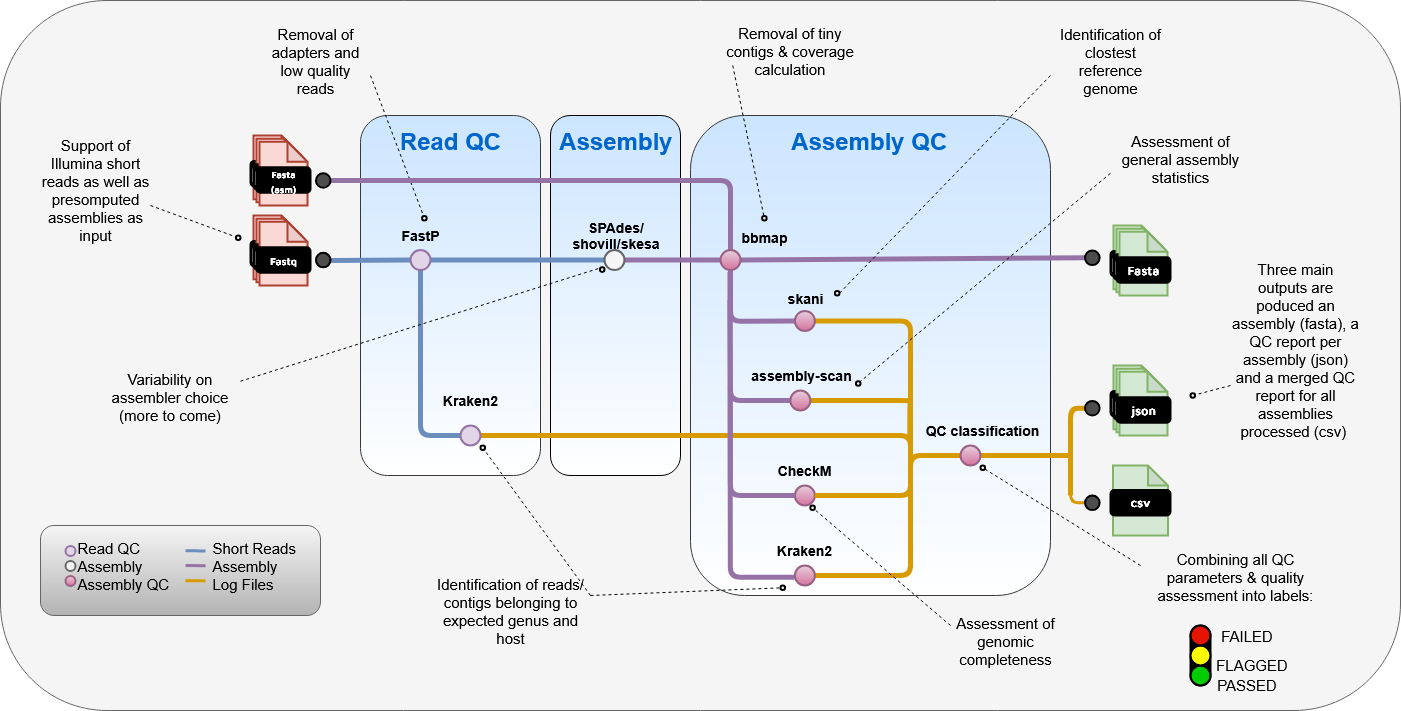
rki-mf1/GARI keeps this draw.io diagram as assets/GARI_workflow.png. Above is the earlier version. Source tidied: cells renumbered, new cells last; positions are measured from the earlier drawing's top-left corner, leaving out a move shared by most shapes.
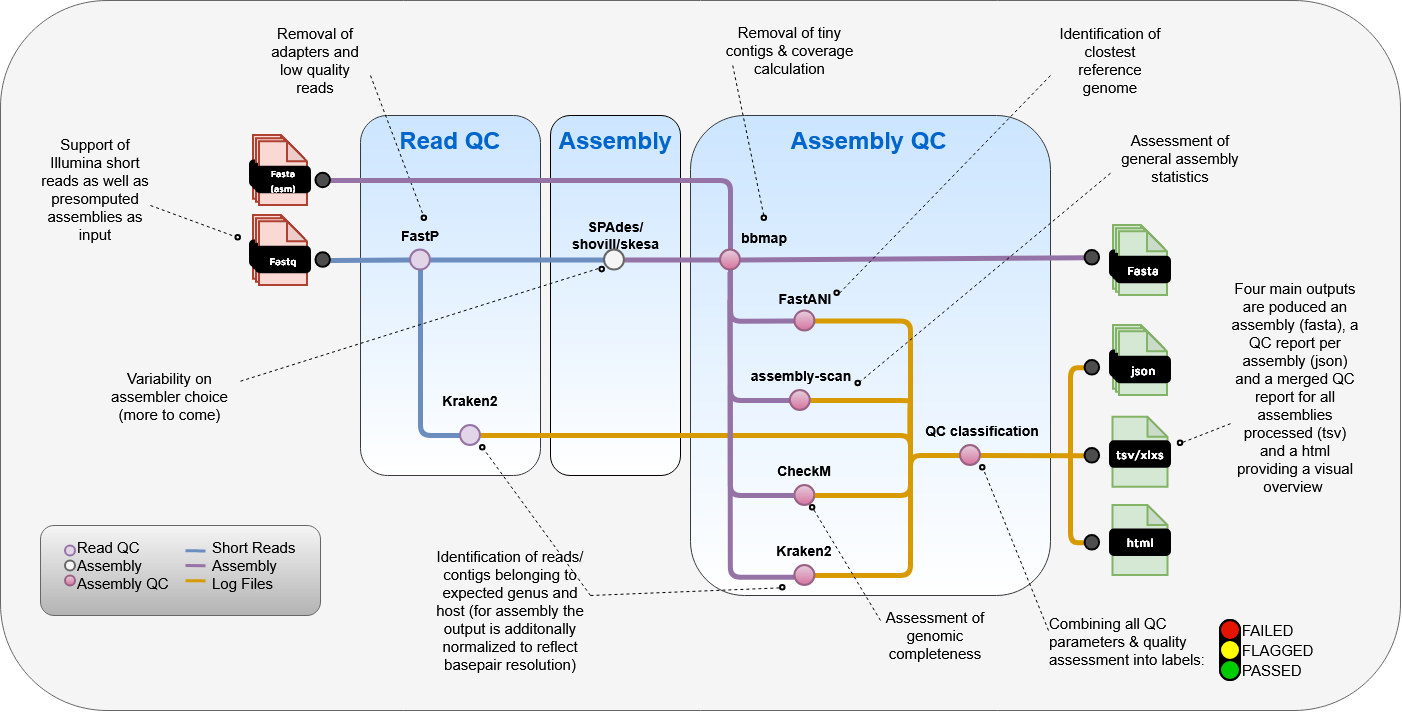
The same file after the commit.

Commit message:
updated workflow figure

Change to the diagram source:
```diff
@@ -76,6 +76,5 @@
     </mxCell>
-    <mxCell id="19" style="endArrow=none;html=1;rounded=1;strokeWidth=5;fillColor=#ffcd28;strokeColor=#d79b00;gradientColor=#ffa500;" parent="1" edge="1">
+    <mxCell id="19" style="endArrow=none;html=1;rounded=1;strokeWidth=5;fillColor=#ffcd28;strokeColor=#d79b00;gradientColor=#ffa500;entryX=0;entryY=0.5;entryDx=0;entryDy=0;" parent="1" edge="1" target="138">
       <mxGeometry relative="1" as="geometry">
         <mxPoint x="980" y="455" as="sourcePoint" />
-        <mxPoint x="1070" y="455" as="targetPoint" />
       </mxGeometry>
@@ -104,6 +103,6 @@
     <mxCell id="27" style="endArrow=none;html=1;rounded=1;strokeWidth=5;fontSize=16;fillColor=#ffcd28;strokeColor=#d79b00;gradientColor=#ffa500;" parent="1" edge="1" source="101">
-      <mxGeometry relative="1" as="geometry">
+      <mxGeometry x="0.12" relative="1" as="geometry">
         <mxPoint x="1070" y="495" as="targetPoint" />
         <Array as="points">
-          <mxPoint x="1070" y="408" />
+          <mxPoint x="1070" y="367.3" />
         </Array>
@@ -114,7 +113,10 @@
     </mxCell>
+    <mxCell id="131" style="group;" parent="28" vertex="1">
+      <mxGeometry y="60" width="60" height="70" as="geometry" />
+    </mxCell>
-    <mxCell id="29" style="shape=note;whiteSpace=wrap;html=1;backgroundOutline=1;darkOpacity=0.05;rounded=1;size=20;strokeWidth=2;fillColor=#d5e8d4;strokeColor=#82b366;" parent="28" vertex="1">
-      <mxGeometry x="2.5" y="20" width="55" height="70" as="geometry" />
+    <mxCell id="29" style="shape=note;whiteSpace=wrap;html=1;backgroundOutline=1;darkOpacity=0.05;rounded=1;size=20;strokeWidth=2;fillColor=#d5e8d4;strokeColor=#82b366;" parent="131" vertex="1">
+      <mxGeometry x="2.5" width="55" height="70" as="geometry" />
     </mxCell>
-    <mxCell id="30" value="&lt;font face=&quot;Maven Pro&quot; color=&quot;#ffffff&quot;&gt;&lt;b&gt;csv&lt;/b&gt;&lt;/font&gt;" style="rounded=1;whiteSpace=wrap;html=1;strokeWidth=2;fillColor=#000000;" parent="28" vertex="1">
-      <mxGeometry y="44.5" width="60" height="25.4" as="geometry" />
+    <mxCell id="30" value="&lt;font face=&quot;Maven Pro&quot; color=&quot;#ffffff&quot;&gt;&lt;b&gt;html&lt;/b&gt;&lt;/font&gt;" style="rounded=1;whiteSpace=wrap;html=1;strokeWidth=2;fillColor=#000000;" parent="131" vertex="1">
+      <mxGeometry y="24.5" width="60" height="25.4" as="geometry" />
     </mxCell>
@@ -156,23 +158,2 @@
     </mxCell>
-    <mxCell id="43" style="group;" parent="1" vertex="1">
-      <mxGeometry x="1110" y="365" width="60" height="70" as="geometry" />
-    </mxCell>
-    <mxCell id="44" style="shape=note;whiteSpace=wrap;html=1;backgroundOutline=1;darkOpacity=0.05;rounded=1;size=20;strokeWidth=2;fillColor=#d5e8d4;strokeColor=#82b366;" parent="43" vertex="1">
-      <mxGeometry x="3" width="48" height="63.6" as="geometry" />
-    </mxCell>
-    <mxCell id="45" value="&lt;font face=&quot;Maven Pro&quot; color=&quot;#ffffff&quot;&gt;&lt;b&gt;&lt;font style=&quot;font-size: 20px;&quot;&gt;Fastq&lt;/font&gt;&lt;/b&gt;&lt;/font&gt;" style="rounded=1;whiteSpace=wrap;html=1;strokeWidth=2;fillColor=#000000;" parent="43" vertex="1">
-      <mxGeometry y="25.5" width="54" height="25.5" as="geometry" />
-    </mxCell>
-    <mxCell id="46" style="shape=note;whiteSpace=wrap;html=1;backgroundOutline=1;darkOpacity=0.05;rounded=1;size=20;strokeWidth=2;fillColor=#d5e8d4;strokeColor=#82b366;" parent="43" vertex="1">
-      <mxGeometry x="6" y="3.2" width="48" height="63.6" as="geometry" />
-    </mxCell>
-    <mxCell id="47" value="&lt;font face=&quot;Maven Pro&quot; color=&quot;#ffffff&quot;&gt;&lt;b&gt;&lt;font style=&quot;font-size: 20px;&quot;&gt;Fastq&lt;/font&gt;&lt;/b&gt;&lt;/font&gt;" style="rounded=1;whiteSpace=wrap;html=1;strokeWidth=2;fillColor=#000000;" parent="43" vertex="1">
-      <mxGeometry x="3" y="28.6" width="54" height="25.5" as="geometry" />
-    </mxCell>
-    <mxCell id="48" style="shape=note;whiteSpace=wrap;html=1;backgroundOutline=1;darkOpacity=0.05;rounded=1;size=20;strokeWidth=2;fillColor=#d5e8d4;strokeColor=#82b366;" parent="43" vertex="1">
-      <mxGeometry x="9" y="6.4" width="48" height="63.6" as="geometry" />
-    </mxCell>
-    <mxCell id="49" value="&lt;font face=&quot;Maven Pro&quot; color=&quot;#ffffff&quot;&gt;&lt;b&gt;json&lt;/b&gt;&lt;/font&gt;" style="rounded=1;whiteSpace=wrap;html=1;strokeWidth=2;fillColor=#000000;" parent="43" vertex="1">
-      <mxGeometry x="6" y="31.8" width="54" height="25.5" as="geometry" />
-    </mxCell>
     <mxCell id="50" value="&lt;font style=&quot;font-size: 24px;&quot; color=&quot;#0066cc&quot;&gt;Read QC&lt;/font&gt;" style="text;html=1;align=center;verticalAlign=middle;whiteSpace=wrap;rounded=0;fontStyle=1;fontSize=16;" parent="1" vertex="1">
@@ -186,3 +167,3 @@
     </mxCell>
-    <mxCell id="53" value="skani" style="text;html=1;align=center;verticalAlign=middle;whiteSpace=wrap;rounded=0;fontStyle=1;fontSize=14;" parent="1" vertex="1">
+    <mxCell id="53" value="&lt;font style=&quot;font-size: 14px;&quot;&gt;FastANI&lt;/font&gt;" style="text;html=1;align=center;verticalAlign=middle;whiteSpace=wrap;rounded=0;fontStyle=1;fontSize=14;" parent="1" vertex="1">
       <mxGeometry x="761.6" y="285" width="85.6" height="25.4" as="geometry" />
@@ -297,3 +278,3 @@
     </mxCell>
-    <mxCell id="78" value="&lt;font style=&quot;font-size: 15px;&quot;&gt;Identification of reads/contigs belonging to expected genus and host&lt;/font&gt;" style="text;html=1;align=center;verticalAlign=middle;whiteSpace=wrap;rounded=0;fontSize=15;" parent="1" vertex="1">
+    <mxCell id="78" value="&lt;font style=&quot;font-size: 15px;&quot;&gt;Identification of reads/contigs belonging to expected genus and host (for assembly the output is additonally normalized to reflect basepair resolution)&lt;/font&gt;" style="text;html=1;align=center;verticalAlign=middle;whiteSpace=wrap;rounded=0;fontSize=15;" parent="1" vertex="1">
       <mxGeometry x="430" y="595" width="160" height="30" as="geometry" />
@@ -313,3 +294,3 @@
     <mxCell id="83" value="&lt;font style=&quot;font-size: 15px;&quot;&gt;Assessment of genomic completeness&lt;/font&gt;" style="text;html=1;align=center;verticalAlign=middle;whiteSpace=wrap;rounded=0;fontSize=15;" parent="1" vertex="1">
-      <mxGeometry x="950" y="625" width="110" height="30" as="geometry" />
+      <mxGeometry x="880" y="620" width="110" height="30" as="geometry" />
     </mxCell>
@@ -333,4 +314,4 @@
     </mxCell>
-    <mxCell id="90" value="&lt;div style=&quot;font-size: 15px;&quot;&gt;Combining all QC parameters &amp;amp; quality assessment into labels:&lt;br style=&quot;font-size: 15px;&quot;&gt;&lt;/div&gt;&lt;div style=&quot;font-size: 15px;&quot;&gt;&lt;br style=&quot;font-size: 15px;&quot;&gt;&lt;/div&gt;" style="text;html=1;align=center;verticalAlign=middle;whiteSpace=wrap;rounded=0;fontSize=15;" parent="1" vertex="1">
-      <mxGeometry x="1140" y="565" width="190" height="40" as="geometry" />
+    <mxCell id="90" value="&lt;div style=&quot;font-size: 15px;&quot; align=&quot;left&quot;&gt;Combining all QC parameters &amp;amp; quality assessment into labels:&lt;br style=&quot;font-size: 15px;&quot;&gt;&lt;/div&gt;&lt;div style=&quot;font-size: 15px;&quot;&gt;&lt;br style=&quot;font-size: 15px;&quot;&gt;&lt;/div&gt;" style="text;html=1;align=center;verticalAlign=middle;whiteSpace=wrap;rounded=0;fontSize=15;" parent="1" vertex="1">
+      <mxGeometry x="1048" y="630" width="190" height="40" as="geometry" />
     </mxCell>
@@ -351,10 +332,9 @@
     </mxCell>
-    <mxCell id="96" style="endArrow=none;dashed=1;html=1;rounded=0;exitX=0;exitY=1;exitDx=0;exitDy=0;exitPerimeter=0;" parent="1" edge="1" source="98" target="97">
-      <mxGeometry relative="1" as="geometry" />
+    <mxCell id="96" style="endArrow=none;dashed=1;html=1;rounded=0;exitX=0;exitY=1;exitDx=0;exitDy=0;exitPerimeter=0;" parent="1" edge="1" source="97">
+      <mxGeometry relative="1" as="geometry">
+        <mxPoint x="1180" y="445" as="targetPoint" />
+      </mxGeometry>
     </mxCell>
-    <mxCell id="97" style="ellipse;whiteSpace=wrap;html=1;rounded=1;rotation=0;strokeWidth=2;" parent="1" vertex="1">
-      <mxGeometry x="1190" y="392.7" width="4.5" height="4.5" as="geometry" />
-    </mxCell>
-    <mxCell id="98" value="&lt;font style=&quot;font-size: 15px;&quot;&gt;Three main outputs are poduced an assembly (fasta), a QC report per assembly (json) and a merged QC report for all assemblies processed (csv)&amp;nbsp;&lt;/font&gt;" style="text;html=1;align=center;verticalAlign=middle;whiteSpace=wrap;rounded=0;fontSize=15;" parent="1" vertex="1">
-      <mxGeometry x="1230" y="312.3" width="130" height="72.7" as="geometry" />
+    <mxCell id="98" value="&lt;font style=&quot;font-size: 15px;&quot;&gt;Four main outputs are poduced an assembly (fasta), a QC report per assembly (json) and a merged QC report for all assemblies processed (tsv) and a html providing a visual overview&amp;nbsp;&lt;/font&gt;" style="text;html=1;align=center;verticalAlign=middle;whiteSpace=wrap;rounded=0;fontSize=15;" parent="1" vertex="1">
+      <mxGeometry x="1230" y="350.4" width="130" height="72.7" as="geometry" />
     </mxCell>
@@ -372,10 +352,10 @@
     <mxCell id="101" style="ellipse;whiteSpace=wrap;html=1;rounded=1;rotation=0;strokeWidth=2;fillColor=#4D4D4D;strokeColor=#000000;" parent="1" vertex="1">
-      <mxGeometry x="1084.5" y="400.5" width="14.6" height="14.6" as="geometry" />
+      <mxGeometry x="1084.5" y="360" width="14.6" height="14.6" as="geometry" />
     </mxCell>
-    <mxCell id="102" style="endArrow=none;html=1;rounded=1;strokeWidth=3;fontSize=16;entryX=0;entryY=0.5;entryDx=0;entryDy=0;fillColor=#ffcd28;gradientColor=#ffa500;strokeColor=#d79b00;" parent="1" edge="1">
-      <mxGeometry relative="1" as="geometry">
+    <mxCell id="102" style="endArrow=none;html=1;rounded=1;strokeWidth=5;fontSize=16;entryX=0;entryY=0.5;entryDx=0;entryDy=0;fillColor=#ffcd28;gradientColor=#ffa500;strokeColor=#d79b00;" parent="1" edge="1" target="103">
+      <mxGeometry x="-0.55" relative="1" as="geometry">
         <mxPoint x="1070" y="485" as="sourcePoint" />
-        <mxPoint x="1084.6" y="502.3" as="targetPoint" />
         <Array as="points">
           <mxPoint x="1070" y="502" />
+          <mxPoint x="1070" y="542.3" />
         </Array>
@@ -384,3 +364,3 @@
     <mxCell id="103" style="ellipse;whiteSpace=wrap;html=1;rounded=1;rotation=0;strokeWidth=2;fillColor=#4D4D4D;strokeColor=#000000;" parent="1" vertex="1">
-      <mxGeometry x="1084.5" y="495" width="14.6" height="14.6" as="geometry" />
+      <mxGeometry x="1084.5" y="535" width="14.6" height="14.6" as="geometry" />
     </mxCell>
@@ -401,23 +381,2 @@
     </mxCell>
-    <mxCell id="109" style="rounded=1;whiteSpace=wrap;html=1;strokeWidth=2;arcSize=50;fillColor=#000000;" parent="1" vertex="1">
-      <mxGeometry x="1190" y="625" width="20" height="60" as="geometry" />
-    </mxCell>
-    <mxCell id="110" style="ellipse;whiteSpace=wrap;html=1;rounded=1;rotation=0;strokeWidth=2;fillColor=#00CC00;fontColor=#ffffff;strokeColor=#000000;direction=south;" parent="1" vertex="1">
-      <mxGeometry x="1190" y="665" width="20" height="20" as="geometry" />
-    </mxCell>
-    <mxCell id="111" style="ellipse;whiteSpace=wrap;html=1;rounded=1;rotation=0;strokeWidth=2;fillColor=#FFFF00;strokeColor=#000000;" parent="1" vertex="1">
-      <mxGeometry x="1190" y="645" width="20" height="20" as="geometry" />
-    </mxCell>
-    <mxCell id="112" style="ellipse;whiteSpace=wrap;html=1;rounded=1;rotation=0;strokeWidth=2;fillColor=#e51400;fontColor=#ffffff;strokeColor=#000000;" parent="1" vertex="1">
-      <mxGeometry x="1190" y="625" width="20" height="20" as="geometry" />
-    </mxCell>
-    <mxCell id="113" value="&amp;nbsp;&amp;nbsp; FLAGGED" style="text;html=1;align=center;verticalAlign=middle;whiteSpace=wrap;rounded=0;fontSize=15;" parent="1" vertex="1">
-      <mxGeometry x="1210" y="640" width="82.5" height="30" as="geometry" />
-    </mxCell>
-    <mxCell id="114" value="&amp;nbsp;&amp;nbsp; PASSED" style="text;html=1;align=center;verticalAlign=middle;whiteSpace=wrap;rounded=0;fontSize=15;" parent="1" vertex="1">
-      <mxGeometry x="1210" y="660" width="72.5" height="30" as="geometry" />
-    </mxCell>
-    <mxCell id="115" value="&amp;nbsp;FAILED&amp;nbsp; " style="text;html=1;align=center;verticalAlign=middle;whiteSpace=wrap;rounded=0;fontSize=15;" parent="1" vertex="1">
-      <mxGeometry x="1210" y="620" width="72.5" height="30" as="geometry" />
-    </mxCell>
     <mxCell id="116" style="endArrow=none;html=1;rounded=1;strokeWidth=3;fillColor=#dae8fc;gradientColor=#7ea6e0;strokeColor=#6c8ebf;fontSize=15;" parent="1" edge="1">
@@ -500,2 +459,68 @@
     </mxCell>
+    <mxCell id="132" style="endArrow=none;dashed=1;html=1;rounded=0;exitX=0;exitY=1;exitDx=0;exitDy=0;exitPerimeter=0;" parent="1" edge="1" source="98" target="97">
+      <mxGeometry relative="1" as="geometry" />
+    </mxCell>
+    <mxCell id="97" style="ellipse;whiteSpace=wrap;html=1;rounded=1;rotation=0;strokeWidth=2;" parent="1" vertex="1">
+      <mxGeometry x="1177.7" y="440.5" width="4.5" height="4.5" as="geometry" />
+    </mxCell>
+    <mxCell id="133" style="group;" parent="1" vertex="1">
+      <mxGeometry x="1110" y="325" width="60" height="70" as="geometry" />
+    </mxCell>
+    <mxCell id="44" style="shape=note;whiteSpace=wrap;html=1;backgroundOutline=1;darkOpacity=0.05;rounded=1;size=20;strokeWidth=2;fillColor=#d5e8d4;strokeColor=#82b366;" parent="133" vertex="1">
+      <mxGeometry x="3" width="48" height="63.6" as="geometry" />
+    </mxCell>
+    <mxCell id="45" value="&lt;font face=&quot;Maven Pro&quot; color=&quot;#ffffff&quot;&gt;&lt;b&gt;&lt;font style=&quot;font-size: 20px;&quot;&gt;Fastq&lt;/font&gt;&lt;/b&gt;&lt;/font&gt;" style="rounded=1;whiteSpace=wrap;html=1;strokeWidth=2;fillColor=#000000;" parent="133" vertex="1">
+      <mxGeometry y="25.5" width="54" height="25.5" as="geometry" />
+    </mxCell>
+    <mxCell id="46" style="shape=note;whiteSpace=wrap;html=1;backgroundOutline=1;darkOpacity=0.05;rounded=1;size=20;strokeWidth=2;fillColor=#d5e8d4;strokeColor=#82b366;" parent="133" vertex="1">
+      <mxGeometry x="6" y="3.2" width="48" height="63.6" as="geometry" />
+    </mxCell>
+    <mxCell id="47" value="&lt;font face=&quot;Maven Pro&quot; color=&quot;#ffffff&quot;&gt;&lt;b&gt;&lt;font style=&quot;font-size: 20px;&quot;&gt;Fastq&lt;/font&gt;&lt;/b&gt;&lt;/font&gt;" style="rounded=1;whiteSpace=wrap;html=1;strokeWidth=2;fillColor=#000000;" parent="133" vertex="1">
+      <mxGeometry x="3" y="28.6" width="54" height="25.5" as="geometry" />
+    </mxCell>
+    <mxCell id="48" style="shape=note;whiteSpace=wrap;html=1;backgroundOutline=1;darkOpacity=0.05;rounded=1;size=20;strokeWidth=2;fillColor=#d5e8d4;strokeColor=#82b366;" parent="133" vertex="1">
+      <mxGeometry x="9" y="6.4" width="48" height="63.6" as="geometry" />
+    </mxCell>
+    <mxCell id="49" value="&lt;font face=&quot;Maven Pro&quot; color=&quot;#ffffff&quot;&gt;&lt;b&gt;json&lt;/b&gt;&lt;/font&gt;" style="rounded=1;whiteSpace=wrap;html=1;strokeWidth=2;fillColor=#000000;" parent="133" vertex="1">
+      <mxGeometry x="6" y="31.8" width="54" height="25.5" as="geometry" />
+    </mxCell>
+    <mxCell id="134" style="group;" parent="1" vertex="1">
+      <mxGeometry x="1110" y="356.8" width="90" height="100" as="geometry" />
+    </mxCell>
+    <mxCell id="135" style="group;" parent="134" vertex="1">
+      <mxGeometry y="60" width="60" height="70" as="geometry" />
+    </mxCell>
+    <mxCell id="136" style="shape=note;whiteSpace=wrap;html=1;backgroundOutline=1;darkOpacity=0.05;rounded=1;size=20;strokeWidth=2;fillColor=#d5e8d4;strokeColor=#82b366;" parent="135" vertex="1">
+      <mxGeometry x="2.5" width="55" height="70" as="geometry" />
+    </mxCell>
+    <mxCell id="137" value="&lt;font face=&quot;Maven Pro&quot; color=&quot;#ffffff&quot;&gt;&lt;b&gt;tsv/xlxs&lt;/b&gt;&lt;/font&gt;" style="rounded=1;whiteSpace=wrap;html=1;strokeWidth=2;fillColor=#000000;" parent="135" vertex="1">
+      <mxGeometry y="24.5" width="60" height="25.4" as="geometry" />
+    </mxCell>
+    <mxCell id="138" style="ellipse;whiteSpace=wrap;html=1;rounded=1;rotation=0;strokeWidth=2;fillColor=#4D4D4D;strokeColor=#000000;" parent="1" vertex="1">
+      <mxGeometry x="1084.5" y="448" width="14.6" height="14.6" as="geometry" />
+    </mxCell>
+    <mxCell id="139" style="group;" parent="1" vertex="1">
+      <mxGeometry x="1220" y="615" width="102.5" height="70" as="geometry" />
+    </mxCell>
+    <mxCell id="109" style="rounded=1;whiteSpace=wrap;html=1;strokeWidth=2;arcSize=50;fillColor=#000000;" parent="139" vertex="1">
+      <mxGeometry y="5" width="20" height="60" as="geometry" />
+    </mxCell>
+    <mxCell id="110" style="ellipse;whiteSpace=wrap;html=1;rounded=1;rotation=0;strokeWidth=2;fillColor=#00CC00;fontColor=#ffffff;strokeColor=#000000;direction=south;" parent="139" vertex="1">
+      <mxGeometry y="45" width="20" height="20" as="geometry" />
+    </mxCell>
+    <mxCell id="111" style="ellipse;whiteSpace=wrap;html=1;rounded=1;rotation=0;strokeWidth=2;fillColor=#FFFF00;strokeColor=#000000;" parent="139" vertex="1">
+      <mxGeometry y="25" width="20" height="20" as="geometry" />
+    </mxCell>
+    <mxCell id="112" style="ellipse;whiteSpace=wrap;html=1;rounded=1;rotation=0;strokeWidth=2;fillColor=#e51400;fontColor=#ffffff;strokeColor=#000000;" parent="139" vertex="1">
+      <mxGeometry y="5" width="20" height="20" as="geometry" />
+    </mxCell>
+    <mxCell id="113" value="FLAGGED" style="text;html=1;align=left;verticalAlign=middle;whiteSpace=wrap;rounded=0;fontSize=15;" parent="139" vertex="1">
+      <mxGeometry x="20" y="20" width="82.5" height="30" as="geometry" />
+    </mxCell>
+    <mxCell id="114" value="PASSED" style="text;html=1;align=left;verticalAlign=middle;whiteSpace=wrap;rounded=0;fontSize=15;" parent="139" vertex="1">
+      <mxGeometry x="20" y="40" width="72.5" height="30" as="geometry" />
+    </mxCell>
+    <mxCell id="115" value="FAILED&amp;nbsp; " style="text;html=1;align=left;verticalAlign=middle;whiteSpace=wrap;rounded=0;fontSize=15;" parent="139" vertex="1">
+      <mxGeometry x="20" width="72.5" height="30" as="geometry" />
+    </mxCell>
   </root>
```
